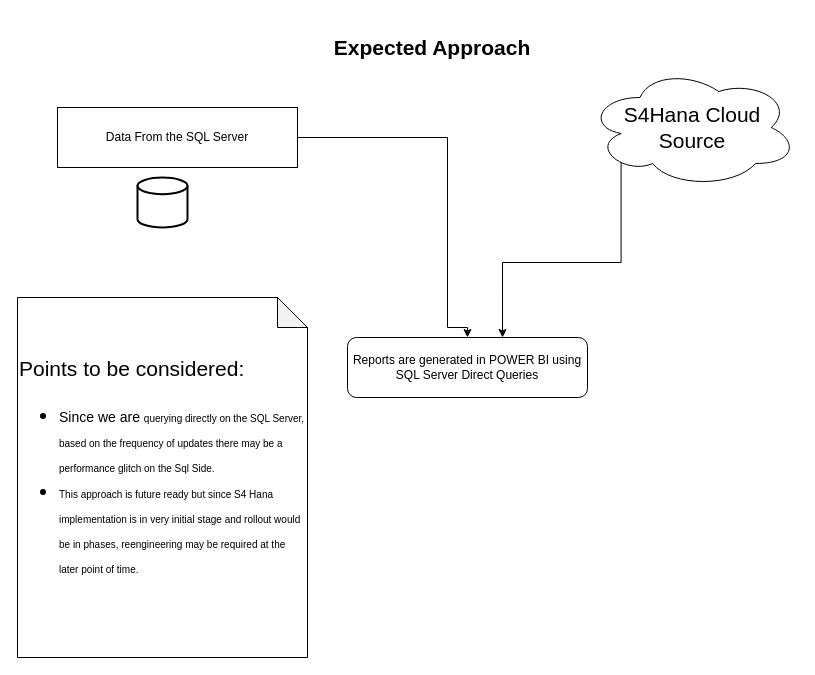
Above: page "Expected Approach" (6 of 6) of Untitled Diagram.drawio in kmldpsng/PowerBI (draw.io), before the change. Source tidied: cells renumbered, new cells numbered last; positions are measured from the earlier drawing's top-left corner, leaving out a move shared by most shapes. Both pictures are drawn from the tidied source at 100%, with x=0, y=0 at pixel (17, 17).
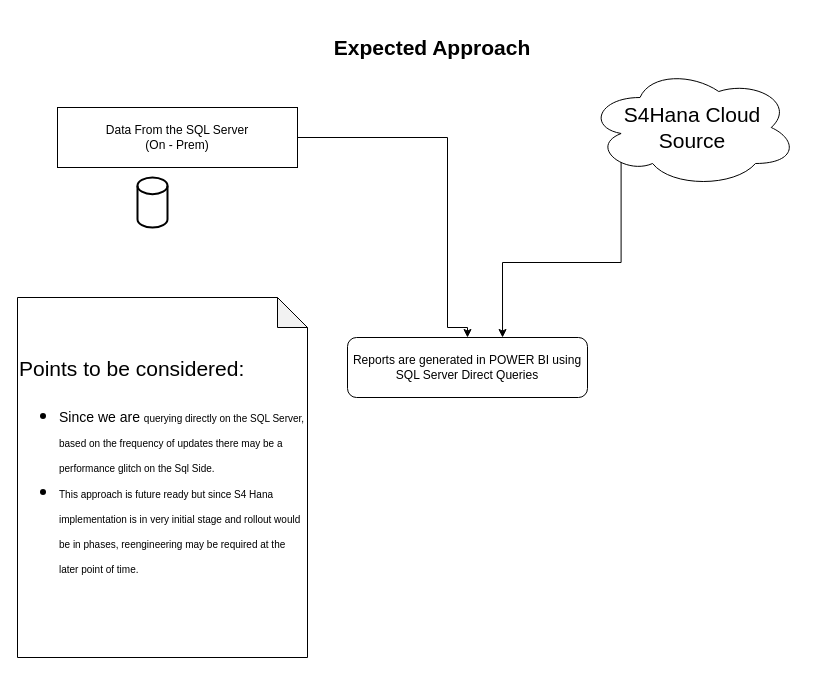
The same page after the edit.

Diff of the diagram source:
```diff
@@
 <mxGraphModel>
   <root>
     <mxCell id="0" />
     <mxCell id="1" parent="0" />
     <mxCell id="2" style="edgeStyle=orthogonalEdgeStyle;rounded=0;jettySize=auto;html=1;entryX=0.5;entryY=0;entryDx=0;entryDy=0;fontSize=21;fontColor=default;" parent="1" edge="1" source="3" target="5">
       <mxGeometry relative="1" as="geometry">
         <Array as="points">
           <mxPoint x="430" y="120" />
           <mxPoint x="430" y="310" />
         </Array>
       </mxGeometry>
     </mxCell>
-    <mxCell id="3" value="Data From the SQL Server" style="rounded=0;whiteSpace=wrap;html=1;" parent="1" vertex="1">
+    <mxCell id="3" value="Data From the SQL Server&lt;br&gt;(On - Prem)" style="rounded=0;whiteSpace=wrap;html=1;" parent="1" vertex="1">
       <mxGeometry x="40" y="90" width="240" height="60" as="geometry" />
     </mxCell>
     <mxCell id="4" style="strokeWidth=2;html=1;shape=mxgraph.flowchart.database;whiteSpace=wrap;" parent="1" vertex="1">
-      <mxGeometry x="120" y="160" width="50" height="50" as="geometry" />
+      <mxGeometry x="120" y="160" width="30" height="50" as="geometry" />
     </mxCell>
     <mxCell id="5" value="Reports are generated in POWER BI using SQL Server Direct Queries" style="rounded=1;whiteSpace=wrap;html=1;" parent="1" vertex="1">
       <mxGeometry x="330" y="320" width="240" height="60" as="geometry" />
     </mxCell>
     <mxCell id="6" value="&lt;b&gt;&lt;font style=&quot;font-size: 21px&quot;&gt;Expected Approach&lt;/font&gt;&lt;/b&gt;" style="text;html=1;strokeColor=none;fillColor=none;align=center;verticalAlign=middle;whiteSpace=wrap;rounded=0;labelBackgroundColor=default;fontColor=default;" parent="1" vertex="1">
       <mxGeometry x="315" width="200" height="60" as="geometry" />
     </mxCell>
     <mxCell id="7" style="edgeStyle=orthogonalEdgeStyle;rounded=0;jettySize=auto;html=1;entryX=0.646;entryY=0;entryDx=0;entryDy=0;entryPerimeter=0;fontSize=21;fontColor=default;exitX=0.16;exitY=0.55;exitDx=0;exitDy=0;exitPerimeter=0;" parent="1" edge="1" source="8" target="5">
       <mxGeometry relative="1" as="geometry" />
     </mxCell>
     <mxCell id="8" value="S4Hana Cloud&lt;br&gt;Source" style="ellipse;shape=cloud;whiteSpace=wrap;html=1;labelBackgroundColor=default;fontSize=21;fontColor=default;" parent="1" vertex="1">
       <mxGeometry x="570" y="50" width="210" height="120" as="geometry" />
     </mxCell>
     <mxCell id="9" value="Points to be considered:&lt;br&gt;&lt;ul&gt;&lt;li&gt;&lt;span style=&quot;font-size: 14px&quot;&gt;Since we are&amp;nbsp;&lt;/span&gt;&lt;font size=&quot;1&quot;&gt;querying&amp;nbsp;directly on the SQL Server, based on the frequency of updates there may be a performance glitch on the Sql Side.&lt;/font&gt;&lt;/li&gt;&lt;li&gt;&lt;font size=&quot;1&quot;&gt;This approach is future ready but since S4 Hana implementation is in very initial stage and rollout would be in phases, reengineering may be required at the later point of time.&lt;/font&gt;&lt;/li&gt;&lt;/ul&gt;" style="shape=note;whiteSpace=wrap;html=1;backgroundOutline=1;darkOpacity=0.05;labelBackgroundColor=default;fontSize=21;fontColor=default;align=left;" parent="1" vertex="1">
       <mxGeometry y="280" width="290" height="360" as="geometry" />
     </mxCell>
   </root>
 </mxGraphModel>
```
